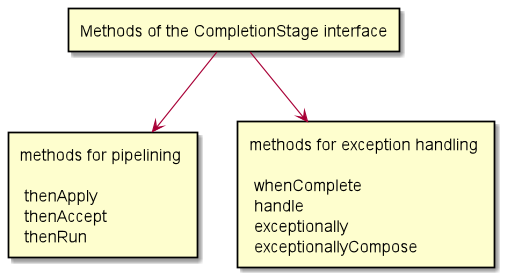
The PlantUML diagram images/methods_of_CompletionStage.png in ti-cortex-m4/demo-java-completablefuture, before a commit.
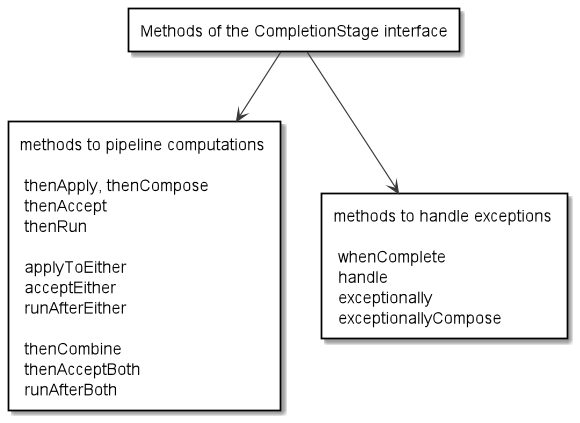
After the change.

What changed in the source:
```diff
@@ -1,8 +1,12 @@
 @startuml
 
+scale 1.0
+skinparam monochrome true
+skinparam RectangleBackgroundColor white
+
 rectangle "Methods of the CompletionStage interface" as Methods
-rectangle "methods for pipelining \n  \n thenApply \n thenAccept \n thenRun" as Pipelining
-rectangle "methods for exception handling \n  \n whenComplete \n handle \n exceptionally \n exceptionallyCompose" as ExceptionHandling
+rectangle "methods to pipeline computations \n  \n thenApply, thenCompose \n thenAccept \n thenRun \n\n applyToEither \n acceptEither \n runAfterEither \n\n thenCombine \n thenAcceptBoth \n runAfterBoth" as Pipelining
+rectangle "methods to handle exceptions \n  \n whenComplete \n handle \n exceptionally \n exceptionallyCompose" as ExceptionHandling
 
 Methods --> ExceptionHandling
 Methods --> Pipelining
```
